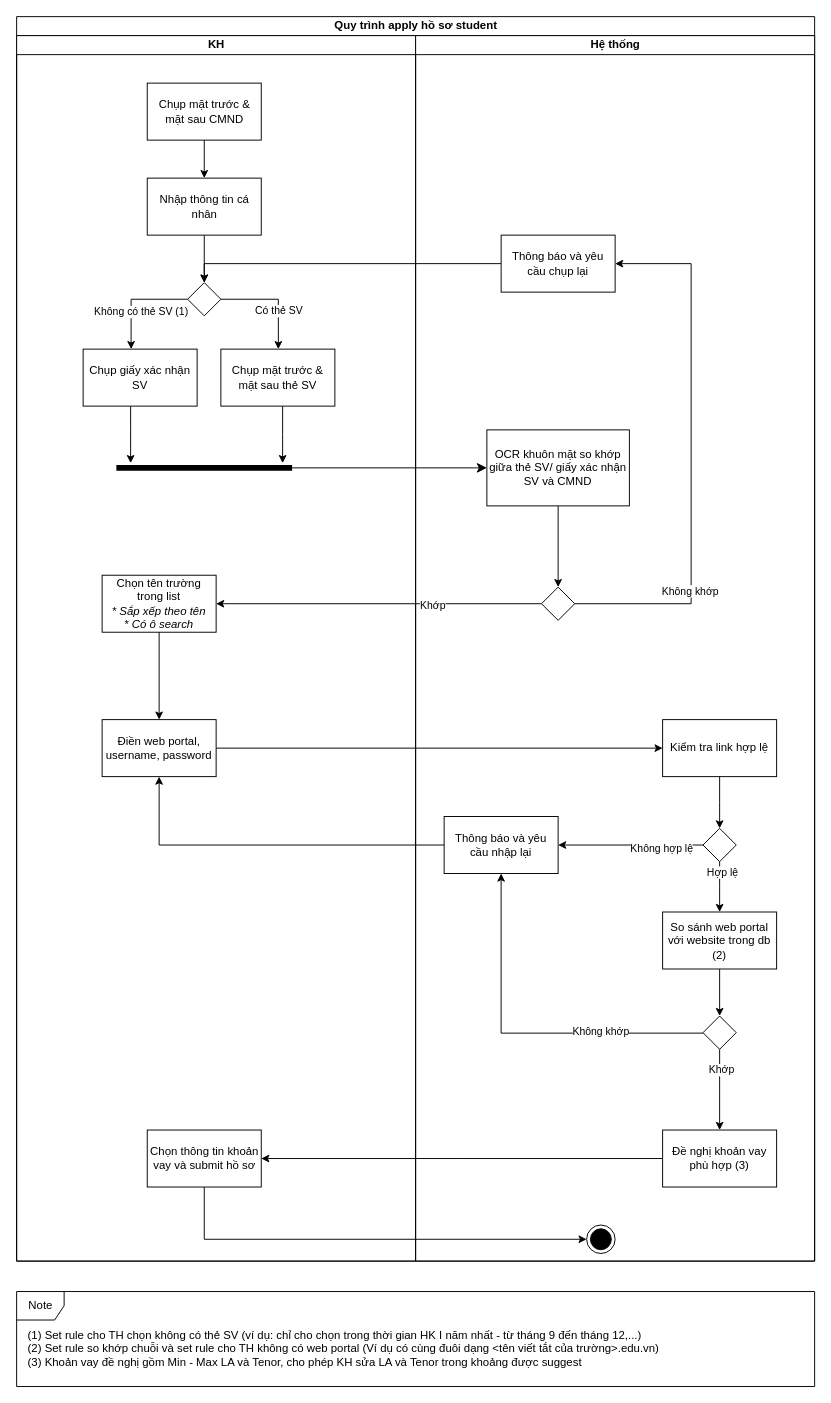
Earlier version of the draw.io diagram Student.drawio (allyvan1314/Note). Source tidied: cells renumbered, new cells numbered last; positions are measured from the earlier drawing's top-left corner, leaving out a move shared by most shapes. Both pictures are drawn from the tidied source at 95%, with x=0, y=0 at pixel (16, 16).
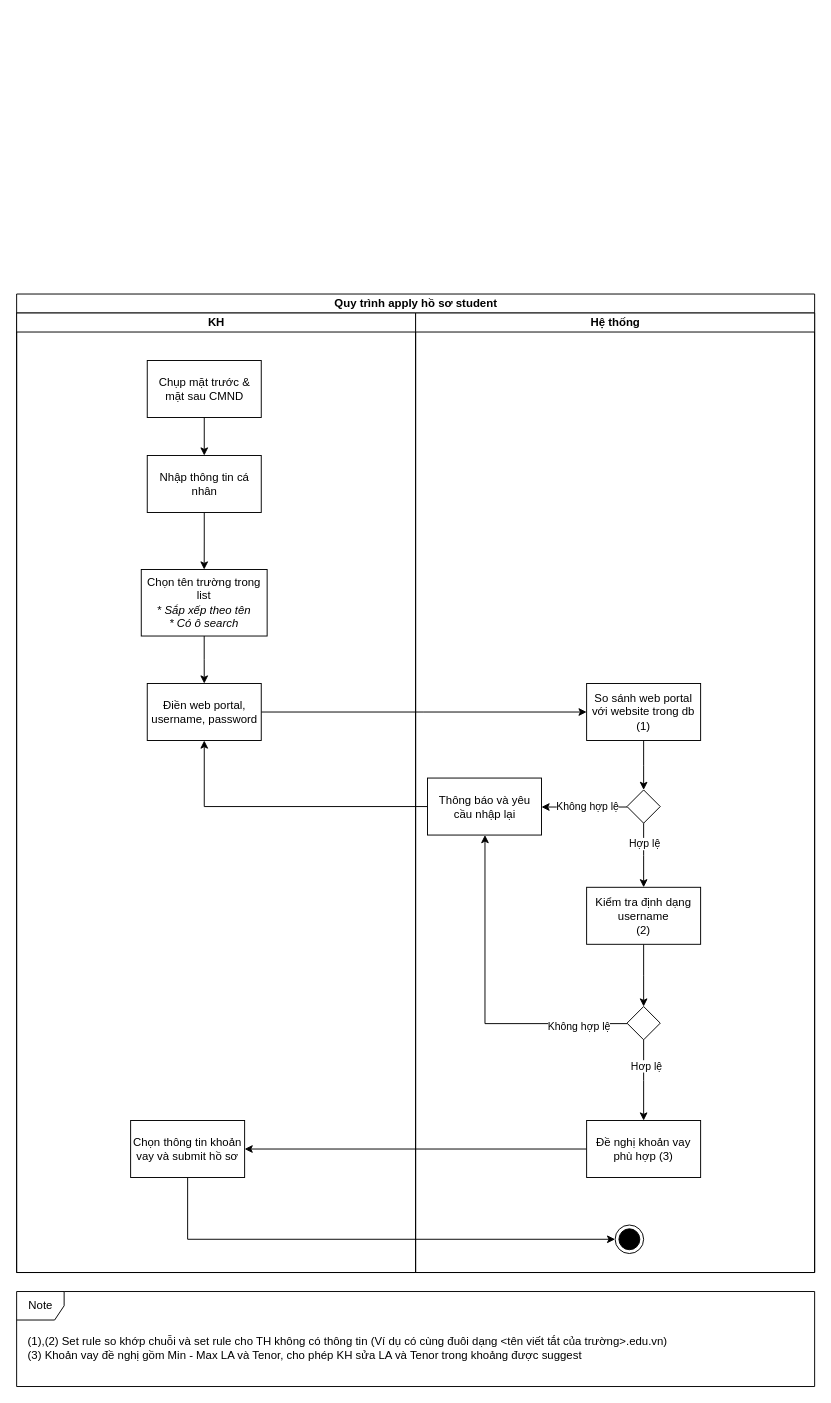
The same page after the edit.

Unchanged cells that the change refers to:
```xml
<mxCell id="11" value="Nhập thông tin cá nhân" style="shape=ext;rounded=0;html=1;whiteSpace=wrap;" parent="9" vertex="1">
  <mxGeometry x="137.5" y="150" width="120" height="60" as="geometry" />
</mxCell>
```

Change to the diagram source:
```diff
@@
     <mxCell id="2" value="Quy trình apply hồ sơ student" style="swimlane;html=1;startSize=20;" parent="1" vertex="1">
-      <mxGeometry width="840" height="1310" as="geometry" />
+      <mxGeometry y="292" width="840" height="1030" as="geometry" />
     </mxCell>
-    <mxCell id="3" style="edgeStyle=orthogonalEdgeStyle;rounded=0;jettySize=auto;html=1;" parent="2" edge="1" source="32" target="21">
-      <mxGeometry relative="1" as="geometry" />
-    </mxCell>
-    <mxCell id="4" value="Khớp" style="edgeLabel;html=1;align=center;verticalAlign=middle;" parent="3" vertex="1">
-      <mxGeometry x="-0.32" y="1" relative="1" as="geometry">
-        <mxPoint x="1" as="offset" />
-      </mxGeometry>
-    </mxCell>
+    <mxCell id="7" style="edgeStyle=orthogonalEdgeStyle;rounded=0;jettySize=auto;html=1;" parent="2" edge="1" source="41" target="26">
+      <mxGeometry relative="1" as="geometry" />
+    </mxCell>
+    <mxCell id="56" style="edgeStyle=elbowEdgeStyle;rounded=0;jettySize=auto;elbow=vertical;html=1;endArrow=classic;endFill=1;strokeColor=#000000;" parent="2" edge="1" source="26" target="34">
+      <mxGeometry relative="1" as="geometry" />
+    </mxCell>
@@
     <mxCell id="6" style="edgeStyle=elbowEdgeStyle;rounded=0;jettySize=auto;elbow=vertical;html=1;endArrow=classic;endFill=1;strokeColor=#000000;" parent="2" edge="1" source="22" target="53">
       <mxGeometry relative="1" as="geometry">
         <Array as="points">
-          <mxPoint x="440" y="1287" />
-          <mxPoint x="550" y="1377" />
+          <mxPoint x="330" y="995" />
+          <mxPoint x="422.5" y="1177" />
+          <mxPoint x="532.5" y="1267" />
         </Array>
       </mxGeometry>
     </mxCell>
-    <mxCell id="7" style="edgeStyle=orthogonalEdgeStyle;rounded=0;jettySize=auto;html=1;" parent="2" edge="1" source="41" target="26">
-      <mxGeometry relative="1" as="geometry" />
-    </mxCell>
-    <mxCell id="8" style="edgeStyle=orthogonalEdgeStyle;rounded=0;jettySize=auto;html=1;" parent="2" edge="1" source="26" target="43">
-      <mxGeometry relative="1" as="geometry" />
-    </mxCell>
     <mxCell id="9" value="KH" style="swimlane;html=1;startSize=20;" parent="2" vertex="1">
-      <mxGeometry y="20" width="420" height="1290" as="geometry" />
+      <mxGeometry y="20" width="420" height="1010" as="geometry" />
     </mxCell>
-    <mxCell id="10" style="edgeStyle=orthogonalEdgeStyle;rounded=0;jettySize=auto;html=1;" parent="9" edge="1" source="11" target="16">
-      <mxGeometry relative="1" as="geometry" />
-    </mxCell>
+    <mxCell id="57" style="edgeStyle=elbowEdgeStyle;rounded=0;jettySize=auto;elbow=vertical;html=1;endArrow=classic;endFill=1;strokeColor=#000000;" parent="9" edge="1" source="11" target="21">
+      <mxGeometry relative="1" as="geometry" />
+    </mxCell>
@@
-    <mxCell id="12" style="edgeStyle=orthogonalEdgeStyle;rounded=0;jettySize=auto;html=1;" parent="9" edge="1" source="16" target="24">
-      <mxGeometry relative="1" as="geometry">
-        <Array as="points">
-          <mxPoint x="120.5" y="278" />
-        </Array>
-      </mxGeometry>
-    </mxCell>
-    <mxCell id="13" value="Không có thẻ SV (1)" style="edgeLabel;html=1;align=center;verticalAlign=middle;" parent="12" vertex="1">
-      <mxGeometry x="-0.12" y="-2" relative="1" as="geometry">
-        <mxPoint x="-1" y="14.5" as="offset" />
-      </mxGeometry>
-    </mxCell>
-    <mxCell id="14" style="edgeStyle=orthogonalEdgeStyle;rounded=0;jettySize=auto;html=1;" parent="9" edge="1" source="16" target="18">
-      <mxGeometry relative="1" as="geometry">
-        <Array as="points">
-          <mxPoint x="275.5" y="278" />
-        </Array>
-      </mxGeometry>
-    </mxCell>
-    <mxCell id="15" value="Có thẻ SV" style="edgeLabel;html=1;align=center;verticalAlign=middle;" parent="14" vertex="1">
-      <mxGeometry x="0.27" relative="1" as="geometry" />
-    </mxCell>
-    <mxCell id="16" style="rhombus;whiteSpace=wrap;html=1;rounded=0;" parent="9" vertex="1">
-      <mxGeometry x="180" y="260" width="35" height="35" as="geometry" />
-    </mxCell>
-    <mxCell id="17" style="edgeStyle=elbowEdgeStyle;rounded=0;jettySize=auto;html=1;strokeColor=#000000;" parent="9" edge="1" source="18" target="25">
-      <mxGeometry relative="1" as="geometry">
-        <Array as="points">
-          <mxPoint x="280" y="420" />
-        </Array>
-      </mxGeometry>
-    </mxCell>
-    <mxCell id="18" value="Chụp mặt trước &amp;amp; mặt sau thẻ SV" style="whiteSpace=wrap;html=1;rounded=0;" parent="9" vertex="1">
-      <mxGeometry x="215" y="330" width="120" height="60" as="geometry" />
-    </mxCell>
@@
+    <mxCell id="27" style="edgeStyle=elbowEdgeStyle;rounded=0;jettySize=auto;elbow=vertical;html=1;endArrow=classic;endFill=1;strokeColor=#000000;" parent="9" edge="1" source="21" target="26">
+      <mxGeometry relative="1" as="geometry" />
+    </mxCell>
     <mxCell id="21" value="Chọn tên trường trong list&lt;br&gt;&lt;i&gt;* Sắp xếp theo tên&lt;br&gt;* Có ô search&lt;/i&gt;" style="whiteSpace=wrap;html=1;rounded=0;" parent="9" vertex="1">
-      <mxGeometry x="90" y="568" width="120" height="60" as="geometry" />
+      <mxGeometry x="131.2" y="270" width="132.5" height="70" as="geometry" />
     </mxCell>
     <mxCell id="22" value="Chọn thông tin khoản vay và submit hồ sơ" style="whiteSpace=wrap;html=1;rounded=0;" parent="9" vertex="1">
-      <mxGeometry x="137.5" y="1152" width="120" height="60" as="geometry" />
+      <mxGeometry x="120" y="850" width="120" height="60" as="geometry" />
     </mxCell>
-    <mxCell id="23" style="edgeStyle=elbowEdgeStyle;rounded=0;jettySize=auto;html=1;strokeColor=#000000;" parent="9" edge="1" source="24" target="25">
-      <mxGeometry relative="1" as="geometry">
-        <Array as="points">
-          <mxPoint x="120" y="410" />
-        </Array>
-      </mxGeometry>
-    </mxCell>
-    <mxCell id="24" value="Chụp giấy xác nhận SV" style="whiteSpace=wrap;html=1;rounded=0;" parent="9" vertex="1">
-      <mxGeometry x="70" y="330" width="120" height="60" as="geometry" />
-    </mxCell>
-    <mxCell id="25" style="shape=line;html=1;strokeWidth=6;rounded=0;" parent="9" vertex="1">
-      <mxGeometry x="105" y="450" width="185" height="10" as="geometry" />
-    </mxCell>
     <mxCell id="26" value="Điền web portal, username, password" style="whiteSpace=wrap;html=1;rounded=0;" parent="9" vertex="1">
-      <mxGeometry x="90" y="720" width="120" height="60" as="geometry" />
+      <mxGeometry x="137.5" y="390" width="120" height="60" as="geometry" />
     </mxCell>
-    <mxCell id="27" style="edgeStyle=orthogonalEdgeStyle;rounded=0;jettySize=auto;html=1;" parent="9" edge="1" source="21" target="26">
-      <mxGeometry relative="1" as="geometry" />
-    </mxCell>
-    <mxCell id="28" style="html=1;verticalAlign=bottom;endArrow=classic;endSize=8;edgeStyle=elbowEdgeStyle;elbow=vertical;endFill=1;" parent="2" edge="1" source="25" target="31">
-      <mxGeometry relative="1" as="geometry" />
-    </mxCell>
-    <mxCell id="29" style="edgeStyle=elbowEdgeStyle;rounded=0;jettySize=auto;elbow=vertical;html=1;endArrow=classic;endFill=1;strokeColor=#000000;" parent="2" edge="1" source="44" target="16">
-      <mxGeometry relative="1" as="geometry">
-        <Array as="points">
-          <mxPoint x="420" y="260" />
-        </Array>
-      </mxGeometry>
-    </mxCell>
     <mxCell id="30" value="Hệ thống" style="swimlane;html=1;startSize=20;" parent="2" vertex="1">
-      <mxGeometry x="420" y="20" width="420" height="1290" as="geometry" />
+      <mxGeometry x="420" y="20" width="420" height="1010" as="geometry" />
     </mxCell>
-    <mxCell id="31" value="OCR khuôn mặt so khớp giữa thẻ SV/ giấy xác nhận SV và CMND" style="whiteSpace=wrap;html=1;rounded=0;" parent="30" vertex="1">
-      <mxGeometry x="75" y="415" width="150" height="80" as="geometry" />
-    </mxCell>
-    <mxCell id="32" style="rhombus;whiteSpace=wrap;html=1;rounded=0;" parent="30" vertex="1">
-      <mxGeometry x="132.5" y="580.5" width="35" height="35" as="geometry" />
-    </mxCell>
-    <mxCell id="33" style="edgeStyle=orthogonalEdgeStyle;rounded=0;jettySize=auto;html=1;" parent="30" edge="1" source="31" target="32">
-      <mxGeometry relative="1" as="geometry" />
-    </mxCell>
+    <mxCell id="40" style="edgeStyle=elbowEdgeStyle;rounded=0;jettySize=auto;elbow=vertical;html=1;endArrow=classic;endFill=1;strokeColor=#000000;" parent="30" edge="1" source="34" target="39">
+      <mxGeometry relative="1" as="geometry" />
+    </mxCell>
-    <mxCell id="34" value="So sánh web portal với website trong db (2)" style="whiteSpace=wrap;html=1;rounded=0;" parent="30" vertex="1">
-      <mxGeometry x="260" y="922.5" width="120" height="60" as="geometry" />
+    <mxCell id="34" value="So sánh web portal với website trong db (1)" style="whiteSpace=wrap;html=1;rounded=0;" parent="30" vertex="1">
+      <mxGeometry x="180" y="390" width="120" height="60" as="geometry" />
     </mxCell>
     <mxCell id="35" style="edgeStyle=elbowEdgeStyle;rounded=0;jettySize=auto;elbow=vertical;html=1;endArrow=classic;endFill=1;strokeColor=#000000;" parent="30" edge="1" source="39" target="41">
-      <mxGeometry relative="1" as="geometry">
-        <Array as="points">
-          <mxPoint x="190" y="1050" />
-        </Array>
-      </mxGeometry>
+      <mxGeometry relative="1" as="geometry" />
     </mxCell>
-    <mxCell id="36" value="Không khớp" style="edgeLabel;html=1;align=center;verticalAlign=middle;" parent="35" vertex="1">
-      <mxGeometry x="-0.43" y="-3" relative="1" as="geometry" />
-    </mxCell>
-    <mxCell id="37" style="edgeStyle=elbowEdgeStyle;rounded=0;jettySize=auto;elbow=vertical;html=1;endArrow=classic;endFill=1;strokeColor=#000000;" parent="30" edge="1" source="39" target="42">
-      <mxGeometry relative="1" as="geometry" />
-    </mxCell>
-    <mxCell id="38" value="Khớp" style="edgeLabel;html=1;align=center;verticalAlign=middle;" parent="37" vertex="1">
-      <mxGeometry x="-0.51" y="1" relative="1" as="geometry" />
-    </mxCell>
+    <mxCell id="58" value="Không hợp lệ" style="edgeLabel;html=1;align=center;verticalAlign=middle;" parent="35" vertex="1">
+      <mxGeometry x="0.44" y="2" relative="1" as="geometry">
+        <mxPoint x="22" y="-2.5" as="offset" />
+      </mxGeometry>
+    </mxCell>
     <mxCell id="39" style="rhombus;whiteSpace=wrap;html=1;rounded=0;" parent="30" vertex="1">
-      <mxGeometry x="302.5" y="1032" width="35" height="35" as="geometry" />
+      <mxGeometry x="222.5" y="502" width="35" height="35" as="geometry" />
     </mxCell>
-    <mxCell id="40" style="edgeStyle=orthogonalEdgeStyle;rounded=0;jettySize=auto;html=1;" parent="30" edge="1" source="34" target="39">
-      <mxGeometry relative="1" as="geometry">
-        <Array as="points">
-          <mxPoint x="320" y="1032" />
-        </Array>
-      </mxGeometry>
-    </mxCell>
     <mxCell id="41" value="Thông báo và yêu cầu nhập lại" style="whiteSpace=wrap;html=1;rounded=0;" parent="30" vertex="1">
-      <mxGeometry x="30" y="822" width="120" height="60" as="geometry" />
+      <mxGeometry x="12.5" y="489.5" width="120" height="60" as="geometry" />
     </mxCell>
     <mxCell id="42" value="Đề nghị khoản vay phù hợp (3)" style="whiteSpace=wrap;html=1;rounded=0;" parent="30" vertex="1">
-      <mxGeometry x="260" y="1152" width="120" height="60" as="geometry" />
+      <mxGeometry x="180" y="850" width="120" height="60" as="geometry" />
     </mxCell>
-    <mxCell id="43" value="Kiểm tra link hợp lệ" style="whiteSpace=wrap;html=1;rounded=0;" parent="30" vertex="1">
-      <mxGeometry x="260" y="720" width="120" height="60" as="geometry" />
-    </mxCell>
-    <mxCell id="44" value="Thông báo và yêu cầu chụp lại" style="whiteSpace=wrap;html=1;rounded=0;" parent="30" vertex="1">
-      <mxGeometry x="90" y="210" width="120" height="60" as="geometry" />
-    </mxCell>
-    <mxCell id="45" style="edgeStyle=orthogonalEdgeStyle;rounded=0;jettySize=auto;html=1;" parent="30" edge="1" source="32" target="44">
-      <mxGeometry relative="1" as="geometry">
-        <Array as="points">
-          <mxPoint x="290" y="598" />
-          <mxPoint x="290" y="240" />
-        </Array>
-      </mxGeometry>
-    </mxCell>
-    <mxCell id="46" value="Không khớp" style="edgeLabel;html=1;align=center;verticalAlign=middle;" parent="45" vertex="1">
-      <mxGeometry x="-0.51" y="2" relative="1" as="geometry">
-        <mxPoint y="1" as="offset" />
-      </mxGeometry>
-    </mxCell>
-    <mxCell id="47" style="edgeStyle=elbowEdgeStyle;rounded=0;jettySize=auto;elbow=vertical;html=1;endArrow=classic;endFill=1;strokeColor=#000000;" parent="30" edge="1" source="51" target="41">
-      <mxGeometry relative="1" as="geometry" />
-    </mxCell>
-    <mxCell id="48" value="Không hợp lệ" style="edgeLabel;html=1;align=center;verticalAlign=middle;" parent="47" vertex="1">
-      <mxGeometry x="-0.42" y="3" relative="1" as="geometry" />
-    </mxCell>
-    <mxCell id="49" style="edgeStyle=elbowEdgeStyle;rounded=0;jettySize=auto;elbow=vertical;html=1;endArrow=classic;endFill=1;strokeColor=#000000;" parent="30" edge="1" source="51" target="34">
-      <mxGeometry relative="1" as="geometry" />
-    </mxCell>
-    <mxCell id="50" value="Hợp lệ" style="edgeLabel;html=1;align=center;verticalAlign=middle;" parent="49" vertex="1">
-      <mxGeometry x="-0.57" y="2" relative="1" as="geometry" />
-    </mxCell>
-    <mxCell id="51" style="rhombus;whiteSpace=wrap;html=1;rounded=0;" parent="30" vertex="1">
-      <mxGeometry x="302.5" y="834.5" width="35" height="35" as="geometry" />
-    </mxCell>
-    <mxCell id="52" style="edgeStyle=elbowEdgeStyle;rounded=0;jettySize=auto;elbow=vertical;html=1;endArrow=classic;endFill=1;strokeColor=#000000;" parent="30" edge="1" source="43" target="51">
-      <mxGeometry relative="1" as="geometry" />
-    </mxCell>
     <mxCell id="53" style="ellipse;html=1;shape=endState;fillColor=#000000;strokeColor=#000000;rounded=0;" parent="30" vertex="1">
-      <mxGeometry x="180" y="1252" width="30" height="30" as="geometry" />
+      <mxGeometry x="210" y="960" width="30" height="30" as="geometry" />
     </mxCell>
+    <mxCell id="59" style="edgeStyle=elbowEdgeStyle;rounded=0;jettySize=auto;elbow=vertical;html=1;endArrow=classic;endFill=1;strokeColor=#000000;" parent="30" edge="1" source="63" target="42">
+      <mxGeometry relative="1" as="geometry" />
+    </mxCell>
+    <mxCell id="60" value="Hơp lệ" style="edgeLabel;html=1;align=center;verticalAlign=middle;" parent="59" vertex="1">
+      <mxGeometry x="-0.36" y="2" relative="1" as="geometry" />
+    </mxCell>
+    <mxCell id="61" style="edgeStyle=elbowEdgeStyle;rounded=0;jettySize=auto;elbow=vertical;html=1;endArrow=classic;endFill=1;strokeColor=#000000;" parent="30" edge="1" source="63" target="41">
+      <mxGeometry relative="1" as="geometry">
+        <Array as="points">
+          <mxPoint x="73" y="748" />
+        </Array>
+      </mxGeometry>
+    </mxCell>
+    <mxCell id="62" value="Không hợp lệ" style="edgeLabel;html=1;align=center;verticalAlign=middle;" parent="61" vertex="1">
+      <mxGeometry x="-0.7" y="2" relative="1" as="geometry" />
+    </mxCell>
+    <mxCell id="63" style="rhombus;whiteSpace=wrap;html=1;rounded=0;" parent="30" vertex="1">
+      <mxGeometry x="222.5" y="730" width="35" height="35" as="geometry" />
+    </mxCell>
@@
-    <mxCell id="55" value="(1) Set rule cho TH chọn không có thẻ SV (ví dụ: chỉ cho chọn trong thời gian HK I năm nhất - từ tháng 9 đến tháng 12,...)&lt;br&gt;(2) Set rule so khớp chuỗi và set rule cho TH không có web portal (Ví dụ có cùng đuôi dạng &amp;lt;tên viết tắt của trường&amp;gt;.edu.vn)&lt;br&gt;(3) Khoản vay đề nghị gồm Min - Max LA và Tenor, cho phép KH sửa LA và Tenor trong khoảng được suggest" style="text;html=1;strokeColor=none;fillColor=none;align=left;verticalAlign=middle;whiteSpace=wrap;rounded=0;" parent="1" vertex="1">
+    <mxCell id="55" value="(1),(2) Set rule so khớp chuỗi và set rule cho TH không có thông tin (Ví dụ có cùng đuôi dạng &amp;lt;tên viết tắt của trường&amp;gt;.edu.vn)&lt;br&gt;(3) Khoản vay đề nghị gồm Min - Max LA và Tenor, cho phép KH sửa LA và Tenor trong khoảng được suggest" style="text;html=1;strokeColor=none;fillColor=none;align=left;verticalAlign=middle;whiteSpace=wrap;rounded=0;" parent="1" vertex="1">
       <mxGeometry x="10" y="1372" width="810" height="60" as="geometry" />
     </mxCell>
+    <mxCell id="64" style="edgeStyle=elbowEdgeStyle;rounded=0;jettySize=auto;elbow=vertical;html=1;endArrow=classic;endFill=1;strokeColor=#000000;" parent="1" edge="1" source="65" target="63">
+      <mxGeometry relative="1" as="geometry" />
+    </mxCell>
+    <mxCell id="65" value="Kiểm tra định dạng username&lt;br&gt;(2)" style="whiteSpace=wrap;html=1;rounded=0;" parent="1" vertex="1">
+      <mxGeometry x="600" y="916.5" width="120" height="60" as="geometry" />
+    </mxCell>
+    <mxCell id="66" style="edgeStyle=elbowEdgeStyle;rounded=0;jettySize=auto;elbow=vertical;html=1;endArrow=classic;endFill=1;strokeColor=#000000;" parent="1" edge="1" source="39" target="65">
+      <mxGeometry relative="1" as="geometry" />
+    </mxCell>
+    <mxCell id="50" value="Hợp lệ" style="edgeLabel;html=1;align=center;verticalAlign=middle;" parent="66" vertex="1">
+      <mxGeometry x="-0.38" relative="1" as="geometry" />
+    </mxCell>
```
